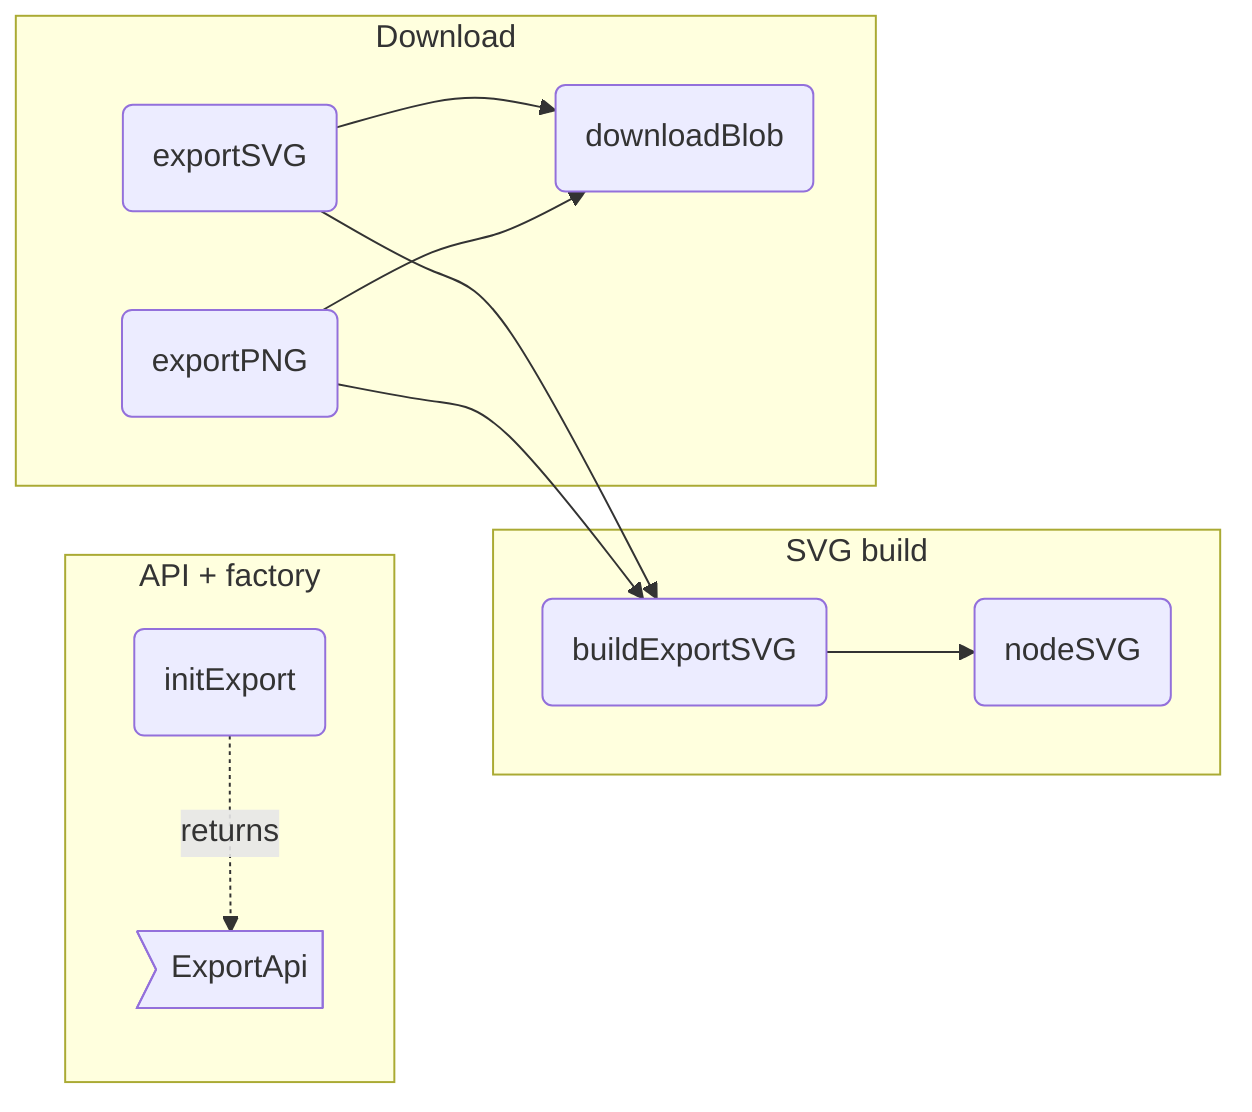
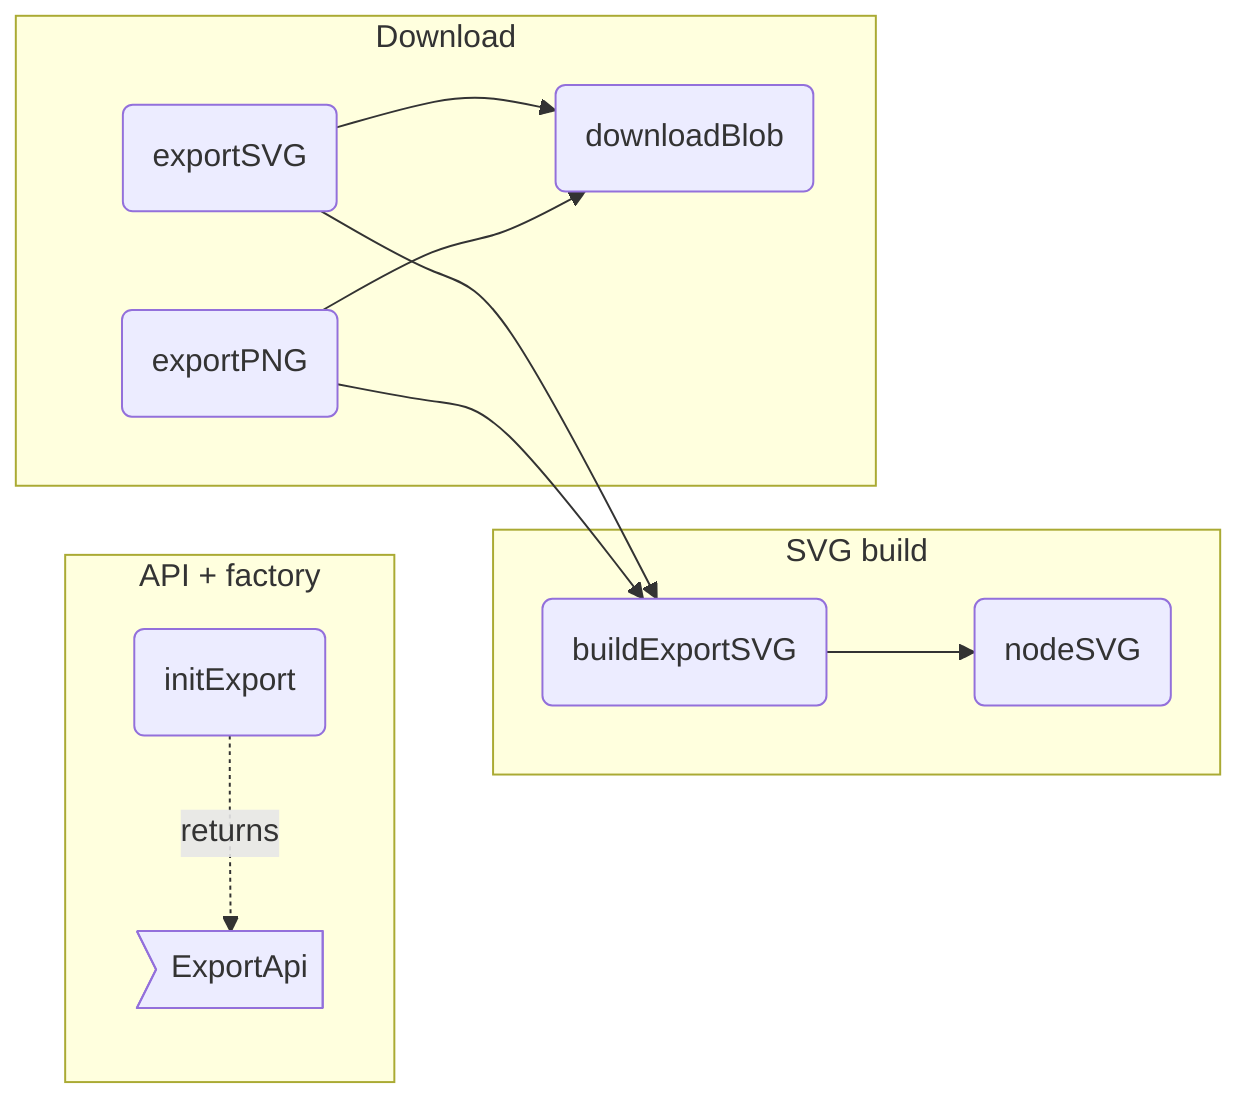
flowchart LR
%% root exporter

%% src ExportApi src/io/export.ts#ExportApi
%% kind ExportApi type
%% fm:meta ExportApi name=ExportApi
%% fm:meta ExportApi desc=public surface: exportSVG, exportPNG

%% src initExport src/io/export.ts#initExport
%% kind initExport function
%% fm:meta initExport name=initExport
%% fm:meta initExport desc=build the export API bound to ctx
%% fm:meta initExport i0.name=initExport
%% fm:meta initExport i0.accepts=ctx: AppContext
%% fm:meta initExport i0.returns=ExportApi

%% src nodeSVG src/io/export.ts#nodeSVG
%% kind nodeSVG function
%% fm:meta nodeSVG name=nodeSVG
%% fm:meta nodeSVG desc=render a single node to SVG markup, honouring shape, fill and crude label wrapping
%% fm:meta nodeSVG i0.name=nodeSVG
%% fm:meta nodeSVG i0.accepts=n: DiagramNode
%% fm:meta nodeSVG i0.accepts=x: number
%% fm:meta nodeSVG i0.accepts=y: number
%% fm:meta nodeSVG i0.accepts=th: ThemeColors
%% fm:meta nodeSVG i0.returns=string

%% src buildExportSVG src/io/export.ts#buildExportSVG
%% kind buildExportSVG function
%% fm:meta buildExportSVG name=buildExportSVG
%% fm:meta buildExportSVG desc=build a clean standalone SVG from the model and live theme; edges then nodes
%% fm:meta buildExportSVG i0.name=buildExportSVG
+ %% fm:meta buildExportSVG i0.accepts=state: StateStore
%% fm:meta buildExportSVG i0.accepts=scale: unknown
- %% fm:meta buildExportSVG i0.returns={ svg: string; W: number; H: number } | null
+ %% fm:meta buildExportSVG i0.returns={ svg: string; width: number; height: number } | null

%% src exportSVG src/io/export.ts#exportSVG
%% kind exportSVG function
%% fm:meta exportSVG name=exportSVG
%% fm:meta exportSVG desc=download the built SVG as a .svg file
%% fm:meta exportSVG i0.name=exportSVG
+ %% fm:meta exportSVG i0.accepts=ctx: AppContext
%% fm:meta exportSVG i0.returns=void

%% src exportPNG src/io/export.ts#exportPNG
%% kind exportPNG function
%% fm:meta exportPNG name=exportPNG
%% fm:meta exportPNG desc=rasterize the built SVG at 2x onto a canvas and download a .png
%% fm:meta exportPNG i0.name=exportPNG
+ %% fm:meta exportPNG i0.accepts=ctx: AppContext
%% fm:meta exportPNG i0.returns=void

%% src downloadBlob src/io/export.ts#downloadBlob
%% kind downloadBlob function
%% fm:meta downloadBlob name=downloadBlob
%% fm:meta downloadBlob desc=trigger a browser download for a blob with a given filename
%% fm:meta downloadBlob i0.name=downloadBlob
%% fm:meta downloadBlob i0.accepts=blob: Blob
%% fm:meta downloadBlob i0.accepts=name: string
%% fm:meta downloadBlob i0.returns=void

%% parent ex_api exporter
%% parent ex_build exporter
%% parent ex_out exporter

  subgraph ex_api ["API + factory"]
    ExportApi>"ExportApi"]
    initExport("initExport")
  end
  subgraph ex_build ["SVG build"]
    nodeSVG("nodeSVG")
    buildExportSVG("buildExportSVG")
  end
  subgraph ex_out ["Download"]
    exportSVG("exportSVG")
    exportPNG("exportPNG")
    downloadBlob("downloadBlob")
  end

  exportSVG --> buildExportSVG
  exportPNG --> buildExportSVG
  buildExportSVG --> nodeSVG
  exportSVG --> downloadBlob
  exportPNG --> downloadBlob
  initExport -.->|returns| ExportApi
